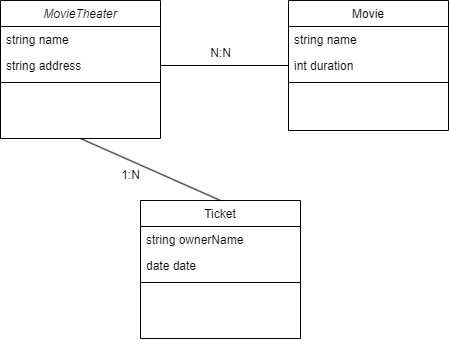
Before: Diagrama de Classe.png, a diagram exported from draw.io (izaltinoromao/MovieTheater). Source tidied: cells renumbered, new cells last; positions are measured from the earlier drawing's top-left corner, leaving out a move shared by most shapes.
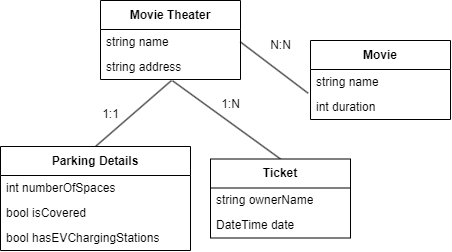
After the commit.

Commit message:
✨ Create README and Update class diagram

Change to the diagram source:
```diff
@@ -1,54 +1,65 @@
-<mxGraphModel>
+<mxGraphModel background="#ffffff">
   <root>
     <mxCell id="0" />
     <mxCell id="1" parent="0" />
-    <mxCell id="2" value="MovieTheater" style="swimlane;fontStyle=2;align=center;verticalAlign=top;horizontal=1;startSize=26;rounded=0;shadow=0;strokeWidth=1;" parent="1" vertex="1">
-      <mxGeometry width="160" height="138" as="geometry" />
-    </mxCell>
-    <mxCell id="3" value="string name" style="text;align=left;verticalAlign=top;spacingLeft=4;spacingRight=4;overflow=hidden;" parent="2" vertex="1">
-      <mxGeometry y="26" width="160" height="26" as="geometry" />
-    </mxCell>
-    <mxCell id="4" value="string address" style="text;align=left;verticalAlign=top;spacingLeft=4;spacingRight=4;overflow=hidden;points=[[0,0.5],[1,0.5]];portConstraint=eastwest;rounded=0;shadow=0;html=0;" parent="2" vertex="1">
-      <mxGeometry y="52" width="160" height="26" as="geometry" />
-    </mxCell>
-    <mxCell id="5" style="line;html=1;strokeWidth=1;align=left;verticalAlign=middle;spacingTop=-1;spacingLeft=3;spacingRight=3;labelPosition=right;" parent="2" vertex="1">
-      <mxGeometry y="78" width="160" height="8" as="geometry" />
-    </mxCell>
-    <mxCell id="6" value="Ticket" style="swimlane;fontStyle=0;align=center;verticalAlign=top;horizontal=1;startSize=26;rounded=0;shadow=0;strokeWidth=1;" parent="1" vertex="1">
-      <mxGeometry x="140" y="200" width="160" height="138" as="geometry" />
-    </mxCell>
-    <mxCell id="7" value="string ownerName" style="text;align=left;verticalAlign=top;spacingLeft=4;spacingRight=4;overflow=hidden;" parent="6" vertex="1">
-      <mxGeometry y="26" width="160" height="26" as="geometry" />
-    </mxCell>
-    <mxCell id="8" value="date date" style="text;align=left;verticalAlign=top;spacingLeft=4;spacingRight=4;overflow=hidden;rounded=0;shadow=0;html=0;" parent="6" vertex="1">
-      <mxGeometry y="52" width="160" height="26" as="geometry" />
-    </mxCell>
-    <mxCell id="9" style="line;html=1;strokeWidth=1;align=left;verticalAlign=middle;spacingTop=-1;spacingLeft=3;spacingRight=3;labelPosition=right;" parent="6" vertex="1">
-      <mxGeometry y="78" width="160" height="8" as="geometry" />
-    </mxCell>
-    <mxCell id="10" value="Movie" style="swimlane;fontStyle=0;align=center;verticalAlign=top;horizontal=1;startSize=26;rounded=0;shadow=0;strokeWidth=1;" parent="1" vertex="1">
-      <mxGeometry x="288" width="160" height="130" as="geometry" />
-    </mxCell>
-    <mxCell id="11" value="string name" style="text;align=left;verticalAlign=top;spacingLeft=4;spacingRight=4;overflow=hidden;" parent="10" vertex="1">
-      <mxGeometry y="26" width="160" height="26" as="geometry" />
-    </mxCell>
-    <mxCell id="12" value="int duration" style="text;align=left;verticalAlign=top;spacingLeft=4;spacingRight=4;overflow=hidden;points=[[0,0.5],[1,0.5]];portConstraint=eastwest;rounded=0;shadow=0;html=0;" parent="10" vertex="1">
-      <mxGeometry y="52" width="160" height="26" as="geometry" />
-    </mxCell>
-    <mxCell id="13" style="line;html=1;strokeWidth=1;align=left;verticalAlign=middle;spacingTop=-1;spacingLeft=3;spacingRight=3;labelPosition=right;" parent="10" vertex="1">
-      <mxGeometry y="78" width="160" height="8" as="geometry" />
-    </mxCell>
-    <mxCell id="14" style="endArrow=none;html=1;rounded=0;exitX=0.5;exitY=0;exitDx=0;exitDy=0;entryX=0.5;entryY=1;entryDx=0;entryDy=0;" parent="1" edge="1" source="6" target="2">
+    <mxCell id="14" style="endArrow=none;html=1;rounded=0;exitX=0.5;exitY=0;exitDx=0;exitDy=0;entryX=0.515;entryY=1.052;entryDx=0;entryDy=0;entryPerimeter=0;" parent="1" edge="1" source="6" target="4">
       <mxGeometry relative="1" as="geometry" />
     </mxCell>
-    <mxCell id="15" style="endArrow=none;html=1;rounded=0;entryX=0;entryY=0.5;entryDx=0;entryDy=0;exitX=1;exitY=0.5;exitDx=0;exitDy=0;" parent="1" edge="1" source="4" target="12">
+    <mxCell id="15" style="endArrow=none;html=1;rounded=0;exitX=1;exitY=0.5;exitDx=0;exitDy=0;entryX=-0.017;entryY=0.949;entryDx=0;entryDy=0;entryPerimeter=0;" parent="1" edge="1" source="27" target="25">
       <mxGeometry relative="1" as="geometry" />
     </mxCell>
     <mxCell id="16" value="N:N" style="text;html=1;align=center;verticalAlign=middle;strokeColor=none;fillColor=none;" parent="1" vertex="1">
-      <mxGeometry x="200" y="38" width="40" height="30" as="geometry" />
+      <mxGeometry x="150" y="20" width="40" height="30" as="geometry" />
     </mxCell>
     <mxCell id="17" value="1:N" style="text;html=1;align=center;verticalAlign=middle;strokeColor=none;fillColor=none;" parent="1" vertex="1">
-      <mxGeometry x="110" y="160" width="40" height="30" as="geometry" />
+      <mxGeometry x="100" y="79" width="40" height="30" as="geometry" />
     </mxCell>
+    <mxCell id="18" style="endArrow=none;html=1;rounded=0;exitX=0.5;exitY=0;exitDx=0;exitDy=0;" parent="1" edge="1" source="20">
+      <mxGeometry relative="1" as="geometry">
+        <mxPoint x="61" y="70" as="targetPoint" />
+      </mxGeometry>
+    </mxCell>
+    <mxCell id="19" value="1:1" style="text;html=1;align=center;verticalAlign=middle;strokeColor=none;fillColor=none;" parent="1" vertex="1">
+      <mxGeometry x="-20" y="89" width="40" height="30" as="geometry" />
+    </mxCell>
+    <mxCell id="20" value="Parking Details" style="swimlane;fontStyle=1;align=center;verticalAlign=middle;horizontal=1;startSize=29;html=1;whiteSpace=wrap;" parent="1" vertex="1">
+      <mxGeometry x="-110" y="136" width="190" height="104" as="geometry" />
+    </mxCell>
+    <mxCell id="21" value="int numberOfSpaces" style="text;html=1;strokeColor=none;fillColor=none;align=left;verticalAlign=middle;spacingLeft=4;spacingRight=4;overflow=hidden;whiteSpace=wrap;" parent="20" vertex="1">
+      <mxGeometry y="29" width="190" height="25" as="geometry" />
+    </mxCell>
+    <mxCell id="22" value="bool isCovered" style="text;html=1;strokeColor=none;fillColor=none;align=left;verticalAlign=middle;spacingLeft=4;spacingRight=4;overflow=hidden;whiteSpace=wrap;" parent="20" vertex="1">
+      <mxGeometry y="54" width="190" height="25" as="geometry" />
+    </mxCell>
+    <mxCell id="23" value="bool hasEVChargingStations" style="text;html=1;strokeColor=none;fillColor=none;align=left;verticalAlign=middle;spacingLeft=4;spacingRight=4;overflow=hidden;whiteSpace=wrap;" parent="20" vertex="1">
+      <mxGeometry y="79" width="190" height="25" as="geometry" />
+    </mxCell>
+    <mxCell id="6" value="Ticket" style="swimlane;fontStyle=1;align=center;verticalAlign=middle;horizontal=1;startSize=29;html=1;whiteSpace=wrap;" parent="1" vertex="1">
+      <mxGeometry x="100" y="148.5" width="140" height="79" as="geometry" />
+    </mxCell>
+    <mxCell id="7" value="string ownerName" style="text;html=1;strokeColor=none;fillColor=none;align=left;verticalAlign=middle;spacingLeft=4;spacingRight=4;overflow=hidden;whiteSpace=wrap;" parent="6" vertex="1">
+      <mxGeometry y="29" width="140" height="25" as="geometry" />
+    </mxCell>
+    <mxCell id="24" value="DateTime date" style="text;html=1;strokeColor=none;fillColor=none;align=left;verticalAlign=middle;spacingLeft=4;spacingRight=4;overflow=hidden;whiteSpace=wrap;" parent="6" vertex="1">
+      <mxGeometry y="54" width="140" height="25" as="geometry" />
+    </mxCell>
+    <mxCell id="10" value="Movie" style="swimlane;fontStyle=1;align=center;verticalAlign=middle;horizontal=1;startSize=29;html=1;whiteSpace=wrap;" parent="1" vertex="1">
+      <mxGeometry x="200" y="30" width="140" height="79" as="geometry" />
+    </mxCell>
+    <mxCell id="25" value="string name" style="text;html=1;strokeColor=none;fillColor=none;align=left;verticalAlign=middle;spacingLeft=4;spacingRight=4;overflow=hidden;points=[[0,0.5],[1,0.5]];portConstraint=eastwest;whiteSpace=wrap;" parent="10" vertex="1">
+      <mxGeometry y="29" width="140" height="25" as="geometry" />
+    </mxCell>
+    <mxCell id="12" value="int duration" style="text;html=1;strokeColor=none;fillColor=none;align=left;verticalAlign=middle;spacingLeft=4;spacingRight=4;overflow=hidden;points=[[0,0.5],[1,0.5]];portConstraint=eastwest;whiteSpace=wrap;" parent="10" vertex="1">
+      <mxGeometry y="54" width="140" height="25" as="geometry" />
+    </mxCell>
+    <mxCell id="26" value="Movie Theater" style="swimlane;fontStyle=1;align=center;verticalAlign=middle;horizontal=1;startSize=29;html=1;whiteSpace=wrap;" parent="1" vertex="1">
+      <mxGeometry x="-10" y="-10" width="140" height="79" as="geometry" />
+    </mxCell>
+    <mxCell id="27" value="string name" style="text;html=1;strokeColor=none;fillColor=none;align=left;verticalAlign=middle;spacingLeft=4;spacingRight=4;overflow=hidden;points=[[0,0.5],[1,0.5]];portConstraint=eastwest;whiteSpace=wrap;" parent="26" vertex="1">
+      <mxGeometry y="29" width="140" height="25" as="geometry" />
+    </mxCell>
+    <mxCell id="4" value="string address" style="text;html=1;strokeColor=none;fillColor=none;align=left;verticalAlign=middle;spacingLeft=4;spacingRight=4;overflow=hidden;points=[[0,0.5],[1,0.5]];portConstraint=eastwest;whiteSpace=wrap;" parent="26" vertex="1">
+      <mxGeometry y="54" width="140" height="25" as="geometry" />
+    </mxCell>
   </root>
 </mxGraphModel>
```
